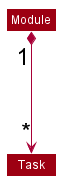
Before: docs/images/ModuleTaskCompositionDiagram.png, a diagram exported from PlantUML (zixinn/main).
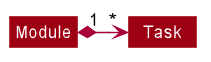
The same diagram one commit later.

What changed in the source:
```diff
@@ -50,11 +50,13 @@
 hide footbox
 hide members
 hide circle
-skinparam ArrowFontSize 20
-skinparam BoxFontSize 20
+skinparam ArrowFontSize 15
+
+skinparam BoxFontSize 200
 skinparam ParticipantFontSize 20
 skinparam classBackgroundColor #9D0012
-skinparam ArrowFontSize 24
+skinparam ArrowFontSize 12
 
-Module "1" *---> "*" Task
+Module "1" *-right-> "*" Task
+
 @enduml
```
